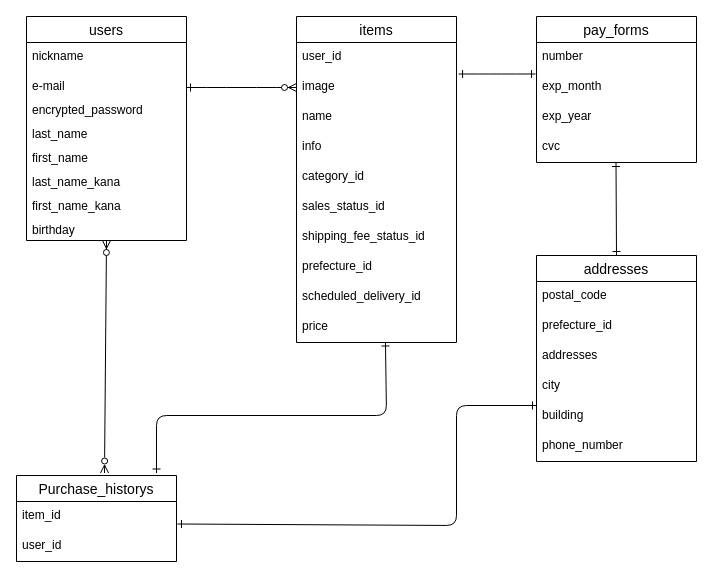
Earlier version of the draw.io diagram test.dio (hide-wq/furima-38120). Source tidied: cells renumbered, new cells numbered last; positions are measured from the earlier drawing's top-left corner, leaving out a move shared by most shapes. Both pictures are drawn from the tidied source at 100%, with x=0, y=0 at pixel (16, 16).
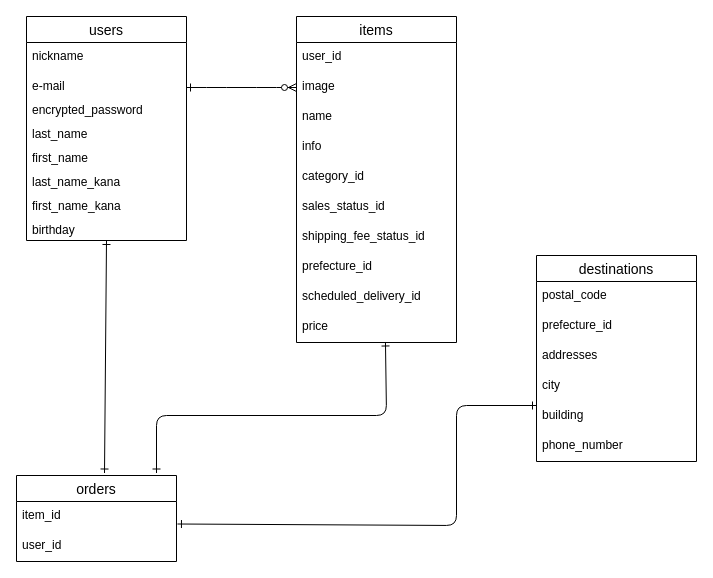
The same page after the edit.

The change refers to these unchanged cells:
```xml
<mxCell id="13" value="image" style="text;strokeColor=none;fillColor=none;spacingLeft=4;spacingRight=4;overflow=hidden;points=[[0,0.5],[1,0.5]];portConstraint=eastwest;fontSize=12;" parent="11" vertex="1">
  <mxGeometry y="56" width="160" height="30" as="geometry" />
</mxCell>
```

The edit, as a diff of the source:
```diff
@@
-    <mxCell id="22" value="pay_forms" style="swimlane;fontStyle=0;horizontal=1;startSize=26;align=center;fontSize=14;" parent="1" vertex="1">
-      <mxGeometry x="520" width="160" height="146" as="geometry" />
-    </mxCell>
-    <mxCell id="23" value="number" style="text;strokeColor=none;fillColor=none;spacingLeft=4;spacingRight=4;overflow=hidden;points=[[0,0.5],[1,0.5]];portConstraint=eastwest;fontSize=12;" parent="22" vertex="1">
-      <mxGeometry y="26" width="160" height="30" as="geometry" />
-    </mxCell>
-    <mxCell id="24" value="exp_month" style="text;strokeColor=none;fillColor=none;spacingLeft=4;spacingRight=4;overflow=hidden;fontSize=12;" parent="22" vertex="1">
-      <mxGeometry y="56" width="160" height="30" as="geometry" />
-    </mxCell>
-    <mxCell id="25" value="exp_year" style="text;strokeColor=none;fillColor=none;spacingLeft=4;spacingRight=4;overflow=hidden;fontSize=12;" parent="22" vertex="1">
-      <mxGeometry y="86" width="160" height="30" as="geometry" />
-    </mxCell>
-    <mxCell id="26" value="cvc" style="text;strokeColor=none;fillColor=none;spacingLeft=4;spacingRight=4;overflow=hidden;fontSize=12;" parent="22" vertex="1">
-      <mxGeometry y="116" width="160" height="30" as="geometry" />
-    </mxCell>
@@
-    <mxCell id="28" value="addresses" style="swimlane;fontStyle=0;horizontal=1;startSize=26;align=center;fontSize=14;" parent="1" vertex="1">
+    <mxCell id="28" value="destinations" style="swimlane;fontStyle=0;horizontal=1;startSize=26;align=center;fontSize=14;" parent="1" vertex="1">
       <mxGeometry x="520" y="239" width="160" height="206" as="geometry" />
     </mxCell>
@@
-    <mxCell id="35" value="Purchase_historys" style="swimlane;fontStyle=0;horizontal=1;startSize=26;align=center;fontSize=14;" parent="1" vertex="1">
+    <mxCell id="35" value="orders" style="swimlane;fontStyle=0;horizontal=1;startSize=26;align=center;fontSize=14;" parent="1" vertex="1">
       <mxGeometry y="459" width="160" height="86" as="geometry" />
     </mxCell>
@@
-    <mxCell id="38" style="edgeStyle=entityRelationEdgeStyle;fontSize=12;html=1;endArrow=ERone;endFill=1;startArrow=ERone;startFill=0;exitX=1.013;exitY=0.05;exitDx=0;exitDy=0;exitPerimeter=0;entryX=-0.006;entryY=1.05;entryDx=0;entryDy=0;entryPerimeter=0;" parent="1" edge="1" source="13" target="23">
-      <mxGeometry relative="1" as="geometry" />
-    </mxCell>
-    <mxCell id="39" style="fontSize=12;html=1;endArrow=ERone;endFill=1;exitX=0.5;exitY=0;exitDx=0;exitDy=0;startArrow=ERone;startFill=0;" parent="1" edge="1" source="28">
-      <mxGeometry relative="1" as="geometry">
-        <mxPoint x="599.5" y="146" as="targetPoint" />
-      </mxGeometry>
-    </mxCell>
-    <mxCell id="40" style="fontSize=12;html=1;endArrow=ERzeroToMany;endFill=1;exitX=0.55;exitY=-0.029;exitDx=0;exitDy=0;exitPerimeter=0;startArrow=ERzeroToMany;startFill=0;" parent="1" edge="1" source="35">
+    <mxCell id="40" style="fontSize=12;html=1;endArrow=ERone;endFill=0;exitX=0.55;exitY=-0.029;exitDx=0;exitDy=0;exitPerimeter=0;startArrow=ERone;startFill=0;" parent="1" edge="1" source="35">
       <mxGeometry relative="1" as="geometry">
         <mxPoint x="90" y="224" as="targetPoint" />
       </mxGeometry>
     </mxCell>
```
